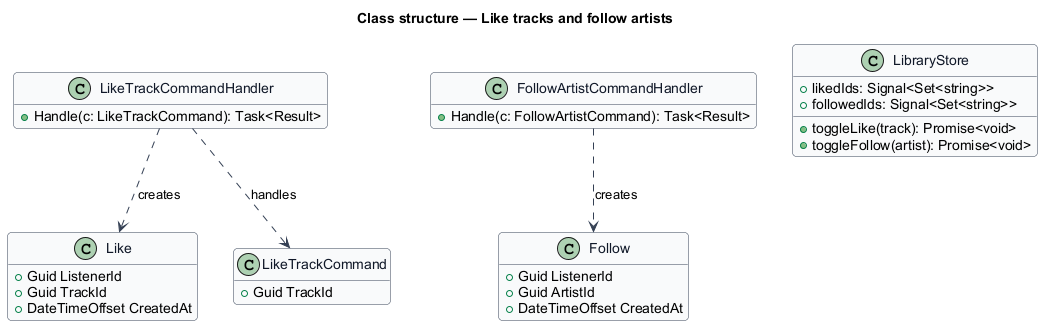
Earlier version of the PlantUML export docs/detailed-designs/library/like-and-follow/diagrams/class-structure.png (QuinntyneBrown/hummi).
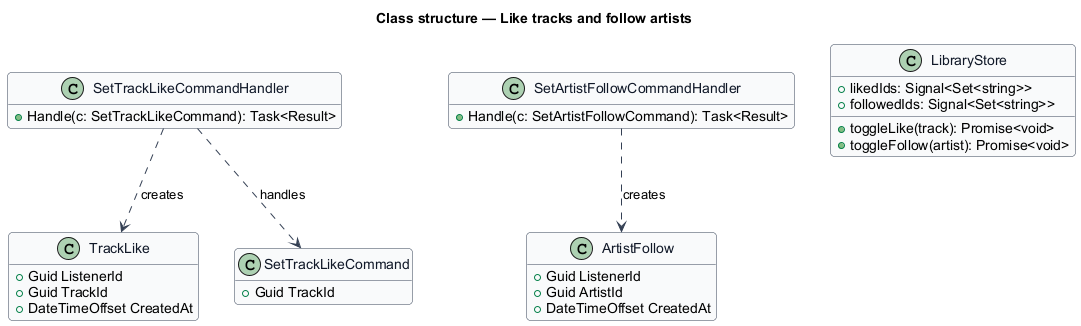
Above is the later version.

Diff of the diagram source:
```diff
@@ -12,24 +12,24 @@
 hide empty members
 title Class structure — Like tracks and follow artists
 
-class Like {
+class TrackLike {
   +Guid ListenerId
   +Guid TrackId
   +DateTimeOffset CreatedAt
 }
-class Follow {
+class ArtistFollow {
   +Guid ListenerId
   +Guid ArtistId
   +DateTimeOffset CreatedAt
 }
-class LikeTrackCommand {
+class SetTrackLikeCommand {
   +Guid TrackId
 }
-class LikeTrackCommandHandler {
-  +Handle(c: LikeTrackCommand): Task<Result>
+class SetTrackLikeCommandHandler {
+  +Handle(c: SetTrackLikeCommand): Task<Result>
 }
-class FollowArtistCommandHandler {
-  +Handle(c: FollowArtistCommand): Task<Result>
+class SetArtistFollowCommandHandler {
+  +Handle(c: SetArtistFollowCommand): Task<Result>
 }
 class LibraryStore {
   +likedIds: Signal<Set<string>>
@@ -37,7 +37,7 @@
   +toggleLike(track): Promise<void>
   +toggleFollow(artist): Promise<void>
 }
-LikeTrackCommandHandler ..> LikeTrackCommand : handles
-LikeTrackCommandHandler ..> Like : creates
-FollowArtistCommandHandler ..> Follow : creates
+SetTrackLikeCommandHandler ..> SetTrackLikeCommand : handles
+SetTrackLikeCommandHandler ..> TrackLike : creates
+SetArtistFollowCommandHandler ..> ArtistFollow : creates
 @enduml
```
